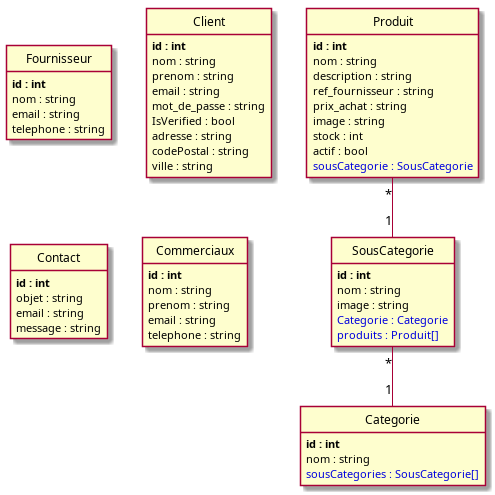
Alice2568/VillageGreen keeps this PlantUML diagram as puml/index.png. Above is the earlier version. Its source is kept beside it as puml/index.puml.
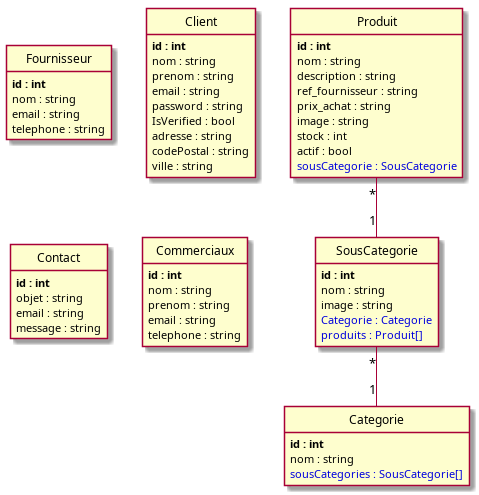
After the commit.

Change to the diagram source:
```diff
@@ -11,7 +11,7 @@
 	nom : string
 	prenom : string
 	email : string
-	mot_de_passe : string
+	password : string
 	IsVerified : bool
 	adresse : string
 	codePostal : string
```
